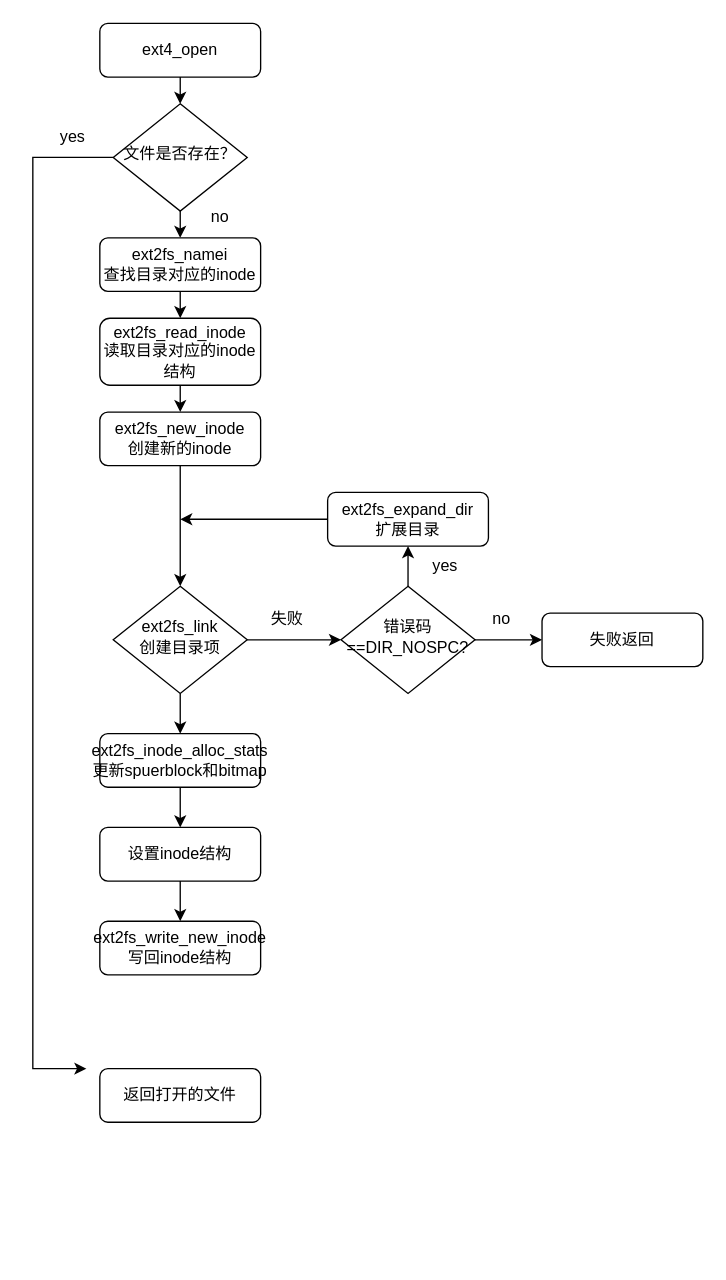
This is 未命名绘图.drawio from 493520280/blog-img, a draw.io file, before an edit. Source tidied: cells renumbered, new cells numbered last; positions are measured from the earlier drawing's top-left corner, leaving out a move shared by most shapes. Both pictures are drawn from the tidied source at 134%, with x=0, y=0 at pixel (32, 23).
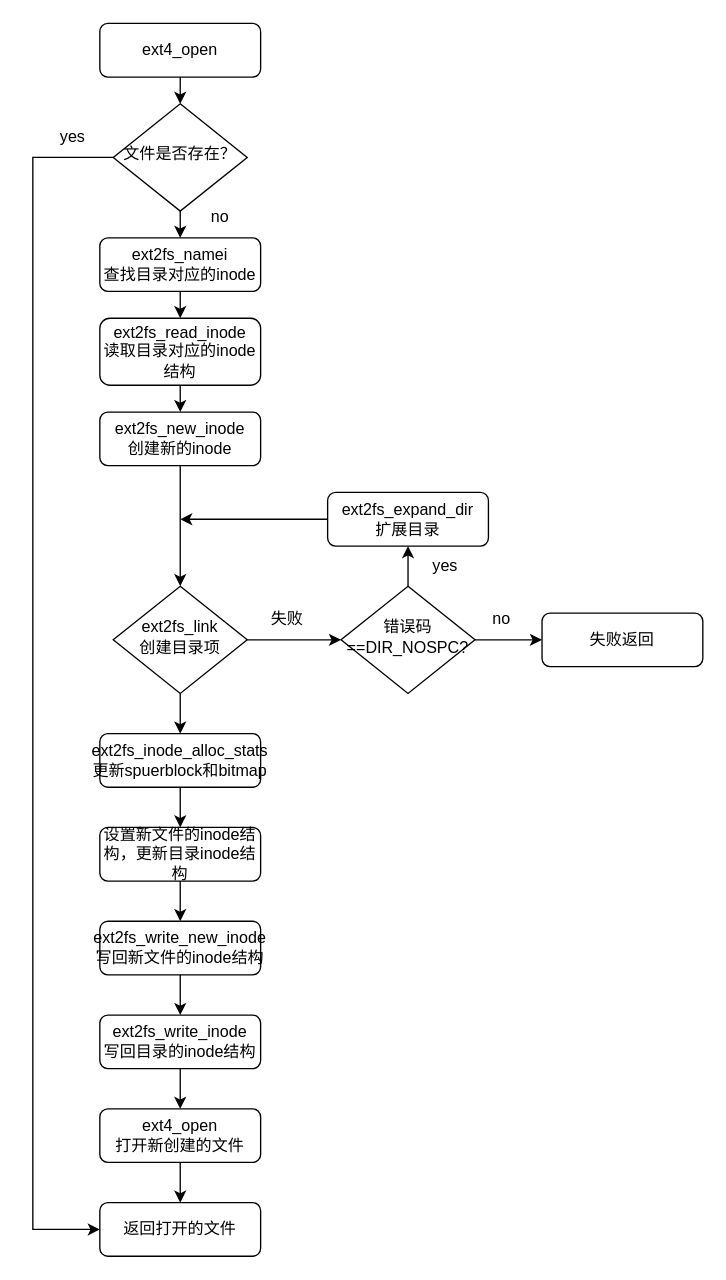
The same diagram, later.

Commit message (it also covers changes not shown here):
更新未命名绘图.drawio

Unchanged cells that the change refers to:
```xml
<mxCell id="5" value="文件是否存在？" style="rhombus;whiteSpace=wrap;html=1;shadow=0;fontFamily=Helvetica;fontSize=12;align=center;strokeWidth=1;spacing=6;spacingTop=-4;" parent="1" vertex="1">
  <mxGeometry x="60" y="60" width="100" height="80" as="geometry" />
</mxCell>
```

The edit, as a diff of the source:
```diff
@@
-    <mxCell id="8" style="edgeStyle=orthogonalEdgeStyle;rounded=0;jettySize=auto;html=1;exitX=0;exitY=0.5;exitDx=0;exitDy=0;" parent="1" edge="1" source="5">
+    <mxCell id="8" style="edgeStyle=orthogonalEdgeStyle;rounded=0;jettySize=auto;html=1;exitX=0;exitY=0.5;exitDx=0;exitDy=0;entryX=0;entryY=0.5;entryDx=0;entryDy=0;" parent="1" edge="1" source="5" target="9">
       <mxGeometry relative="1" as="geometry">
-        <mxPoint x="40" y="780" as="targetPoint" />
         <Array as="points">
           <mxPoint y="100" />
-          <mxPoint y="780" />
+          <mxPoint y="900" />
         </Array>
       </mxGeometry>
     </mxCell>
     <mxCell id="9" value="返回打开的文件" style="rounded=1;whiteSpace=wrap;html=1;fontSize=12;glass=0;strokeWidth=1;shadow=0;" parent="1" vertex="1">
-      <mxGeometry x="50" y="780" width="120" height="40" as="geometry" />
+      <mxGeometry x="50" y="880" width="120" height="40" as="geometry" />
     </mxCell>
@@
-    <mxCell id="32" value="设置inode结构" style="rounded=1;whiteSpace=wrap;html=1;fontSize=12;glass=0;strokeWidth=1;shadow=0;" parent="1" vertex="1">
+    <mxCell id="32" value="设置新文件的inode结构，更新目录inode结构" style="rounded=1;whiteSpace=wrap;html=1;fontSize=12;glass=0;strokeWidth=1;shadow=0;" parent="1" vertex="1">
       <mxGeometry x="50" y="600" width="120" height="40" as="geometry" />
     </mxCell>
+    <mxCell id="34" style="edgeStyle=orthogonalEdgeStyle;rounded=0;jettySize=auto;html=1;" parent="1" edge="1" source="33" target="36">
+      <mxGeometry relative="1" as="geometry" />
+    </mxCell>
-    <mxCell id="33" value="ext2fs_write_new_inode&lt;br&gt;写回inode结构" style="rounded=1;whiteSpace=wrap;html=1;fontSize=12;glass=0;strokeWidth=1;shadow=0;" parent="1" vertex="1">
+    <mxCell id="33" value="ext2fs_write_new_inode&lt;br&gt;写回新文件的inode结构" style="rounded=1;whiteSpace=wrap;html=1;fontSize=12;glass=0;strokeWidth=1;shadow=0;" parent="1" vertex="1">
       <mxGeometry x="50" y="670" width="120" height="40" as="geometry" />
     </mxCell>
+    <mxCell id="35" style="edgeStyle=orthogonalEdgeStyle;rounded=0;jettySize=auto;html=1;exitX=0.5;exitY=1;exitDx=0;exitDy=0;entryX=0.5;entryY=0;entryDx=0;entryDy=0;" parent="1" edge="1" source="36" target="38">
+      <mxGeometry relative="1" as="geometry" />
+    </mxCell>
+    <mxCell id="36" value="ext2fs_write_inode&lt;br&gt;写回目录的inode结构" style="rounded=1;whiteSpace=wrap;html=1;fontSize=12;glass=0;strokeWidth=1;shadow=0;" parent="1" vertex="1">
+      <mxGeometry x="50" y="740" width="120" height="40" as="geometry" />
+    </mxCell>
+    <mxCell id="37" style="edgeStyle=orthogonalEdgeStyle;rounded=0;jettySize=auto;html=1;" parent="1" edge="1" source="38" target="9">
+      <mxGeometry relative="1" as="geometry" />
+    </mxCell>
+    <mxCell id="38" value="ext4_open&lt;br&gt;打开新创建的文件" style="rounded=1;whiteSpace=wrap;html=1;fontSize=12;glass=0;strokeWidth=1;shadow=0;" parent="1" vertex="1">
+      <mxGeometry x="50" y="810" width="120" height="40" as="geometry" />
+    </mxCell>
```
